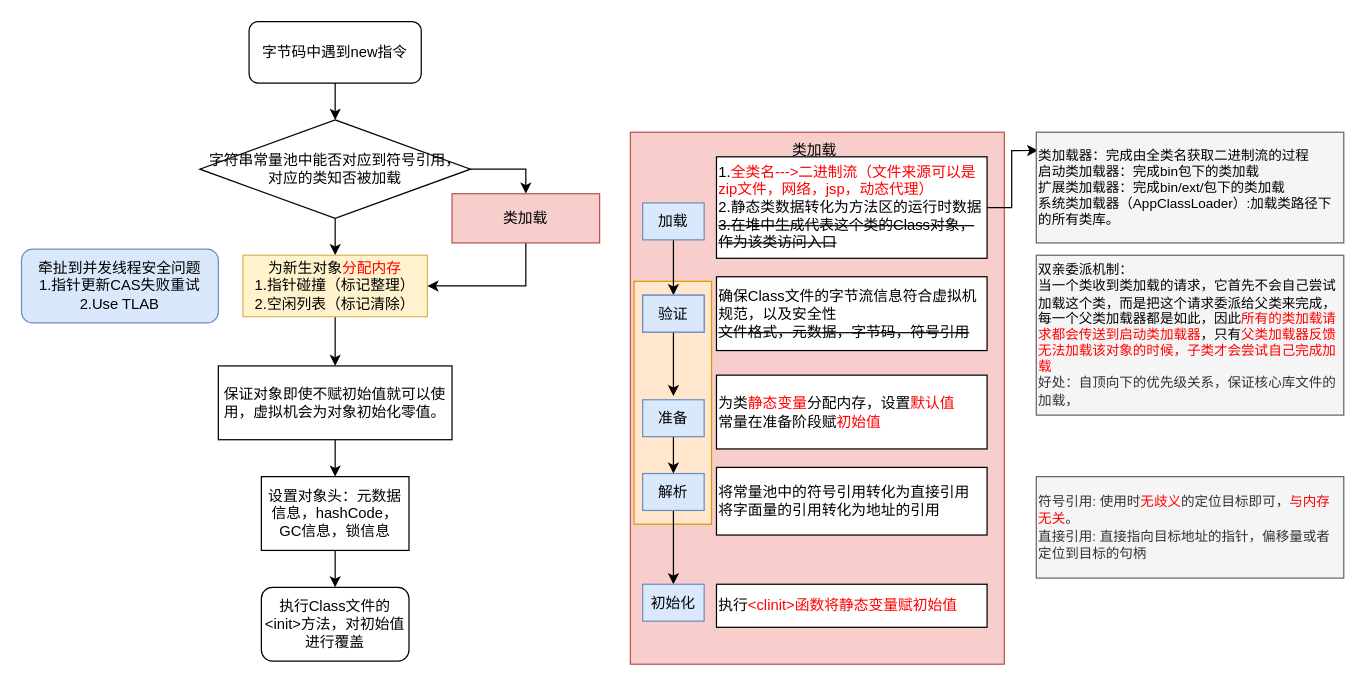
This is liuchengtu/new_对象.drawio from lunfee/diagrams.io, a draw.io file, before an edit. Source tidied: cells renumbered, new cells numbered last; positions are measured from the earlier drawing's top-left corner, leaving out a move shared by most shapes. Both pictures are drawn from the tidied source at 123%, with x=0, y=0 at pixel (21, 21).
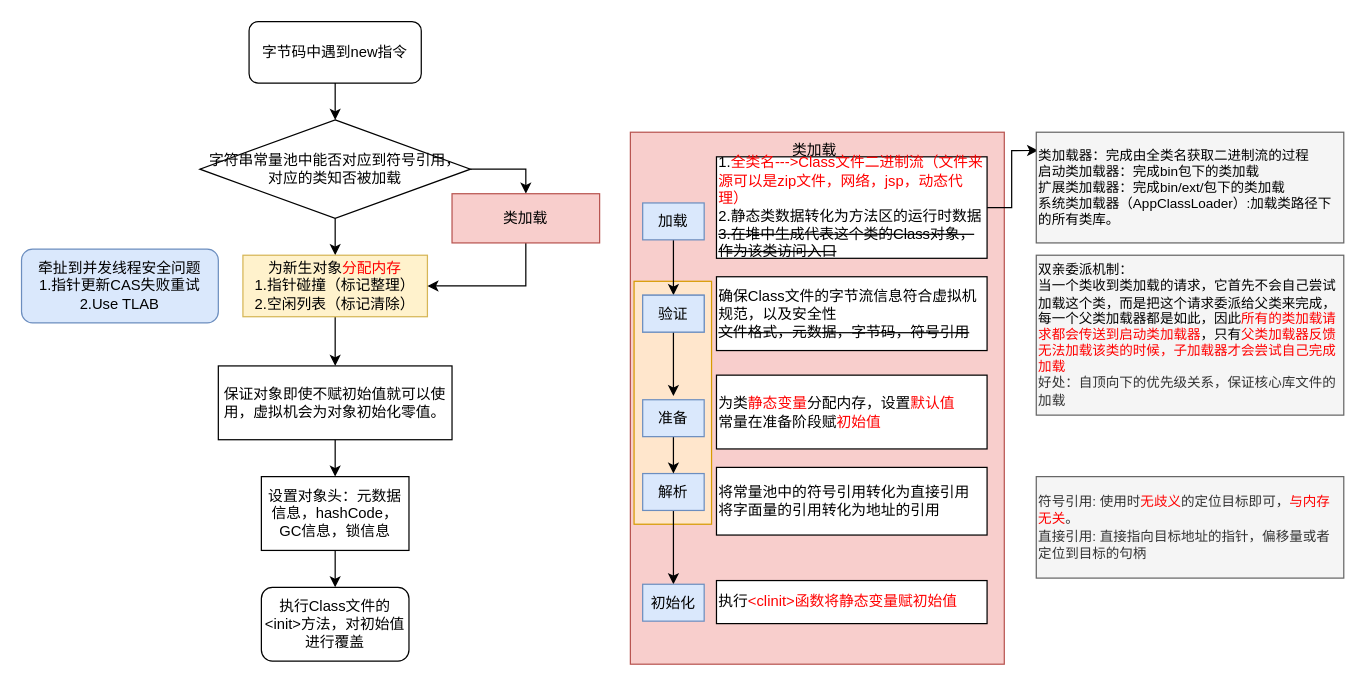
The same diagram, later.

What changed in the source:
```diff
@@
-    <mxCell id="23" value="1.&lt;font color=&quot;#ff0000&quot;&gt;全类名---&amp;gt;二进制流（文件来源可以是zip文件，网络，jsp，动态代理）&lt;/font&gt;&lt;br&gt;2.静态类数据转化为方法区的运行时数据&lt;br&gt;&lt;strike&gt;3.在堆中生成代表这个类的Class对象，作为该类访问入口&lt;/strike&gt;" style="rounded=0;whiteSpace=wrap;html=1;fontSize=12;fontColor=#000000;align=left;" parent="1" vertex="1">
+    <mxCell id="23" value="1.&lt;font color=&quot;#ff0000&quot;&gt;全类名---&amp;gt;Class文件二进制流（文件来源可以是zip文件，网络，jsp，动态代理）&lt;/font&gt;&lt;br&gt;2.静态类数据转化为方法区的运行时数据&lt;br&gt;&lt;strike&gt;3.在堆中生成代表这个类的Class对象，作为该类访问入口&lt;/strike&gt;" style="rounded=0;whiteSpace=wrap;html=1;fontSize=12;fontColor=#000000;align=left;" parent="1" vertex="1">
       <mxGeometry x="565" y="110" width="220" height="82.5" as="geometry" />
     </mxCell>
@@
     <mxCell id="35" value="执行&lt;font color=&quot;#ff0000&quot;&gt;&amp;lt;clinit&amp;gt;函数将静态变量赋初始值&lt;/font&gt;" style="rounded=0;whiteSpace=wrap;html=1;fontSize=12;fontColor=#000000;align=left;" parent="1" vertex="1">
-      <mxGeometry x="565" y="457.5" width="220" height="35" as="geometry" />
+      <mxGeometry x="565" y="454.5" width="220" height="35" as="geometry" />
     </mxCell>
@@
-    <mxCell id="38" value="&lt;font color=&quot;#000000&quot; style=&quot;font-size: 11px&quot;&gt;双亲委派机制：&lt;br&gt;当一个类收到类加载的请求，它首先不会自己尝试加载这个类，而是把这个请求委派给父类来完成，每一个父类加载器都是如此，因此&lt;/font&gt;&lt;font style=&quot;font-size: 11px&quot; color=&quot;#ff0000&quot;&gt;所有的类加载请求都会传送到启动类加载器&lt;/font&gt;&lt;font color=&quot;#000000&quot; style=&quot;font-size: 11px&quot;&gt;，只有&lt;/font&gt;&lt;font style=&quot;font-size: 11px&quot;&gt;&lt;font color=&quot;#ff0000&quot;&gt;父类加载器反馈无法加载该对象的时候，子类才会尝试自己完成加载&lt;br&gt;&lt;/font&gt;好处：自顶向下的优先级关系，保证核心库文件的加载，&lt;br&gt;&lt;/font&gt;" style="rounded=0;whiteSpace=wrap;html=1;fontSize=11;fontColor=#333333;align=left;fillColor=#f5f5f5;strokeColor=#666666;" parent="1" vertex="1">
+    <mxCell id="38" value="&lt;font color=&quot;#000000&quot; style=&quot;font-size: 11px&quot;&gt;双亲委派机制：&lt;br&gt;当一个类收到类加载的请求，它首先不会自己尝试加载这个类，而是把这个请求委派给父类来完成，每一个父类加载器都是如此，因此&lt;/font&gt;&lt;font style=&quot;font-size: 11px&quot; color=&quot;#ff0000&quot;&gt;所有的类加载请求都会传送到启动类加载器&lt;/font&gt;&lt;font color=&quot;#000000&quot; style=&quot;font-size: 11px&quot;&gt;，只有&lt;/font&gt;&lt;font style=&quot;font-size: 11px&quot;&gt;&lt;font color=&quot;#ff0000&quot;&gt;父类加载器反馈无法加载该类的时候，子加载器才会尝试自己完成加载&lt;br&gt;&lt;/font&gt;好处：自顶向下的优先级关系，保证核心库文件的加载&lt;br&gt;&lt;/font&gt;" style="rounded=0;whiteSpace=wrap;html=1;fontSize=11;fontColor=#333333;align=left;fillColor=#f5f5f5;strokeColor=#666666;" parent="1" vertex="1">
       <mxGeometry x="825" y="190" width="250" height="130" as="geometry" />
     </mxCell>
```
